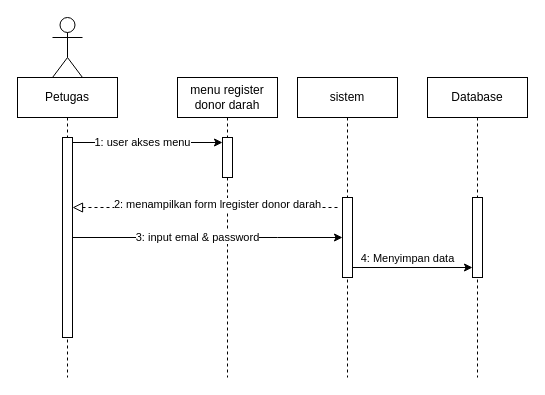
Earlier version of the draw.io diagram page "sequence-register-donor-darah" (3 of 13) of Untitled Diagram.drawio (afdikomayte/UDD-PMI-blood-donation-service). Source tidied: cells renumbered, new cells numbered last; positions are measured from the earlier drawing's top-left corner, leaving out a move shared by most shapes. Both pictures are drawn from the tidied source at 100%, with x=0, y=0 at pixel (17, 17).
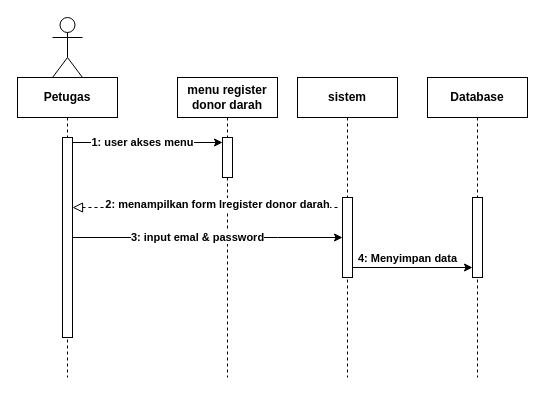
After the change.

The edit, as a diff of the source:
```diff
@@
-    <mxCell id="2" value="menu register donor darah" style="shape=umlLifeline;perimeter=lifelinePerimeter;whiteSpace=wrap;html=1;newEdgeStyle={&quot;edgeStyle&quot;:&quot;elbowEdgeStyle&quot;,&quot;elbow&quot;:&quot;vertical&quot;,&quot;curved&quot;:0,&quot;rounded&quot;:0};" parent="1" vertex="1">
+    <mxCell id="2" value="menu register donor darah" style="shape=umlLifeline;perimeter=lifelinePerimeter;whiteSpace=wrap;html=1;newEdgeStyle={&quot;edgeStyle&quot;:&quot;elbowEdgeStyle&quot;,&quot;elbow&quot;:&quot;vertical&quot;,&quot;curved&quot;:0,&quot;rounded&quot;:0};fontStyle=1;" parent="1" vertex="1">
       <mxGeometry x="160" y="60" width="100" height="300" as="geometry" />
     </mxCell>
-    <mxCell id="3" style="html=1;points=[[0,0,0,0,5],[0,1,0,0,-5],[1,0,0,0,5],[1,1,0,0,-5]];perimeter=orthogonalPerimeter;outlineConnect=0;targetShapes=umlLifeline;portConstraint=eastwest;newEdgeStyle={&quot;curved&quot;:0,&quot;rounded&quot;:0};fillColor=#FFFFFF;strokeColor=#000000;" parent="2" vertex="1">
+    <mxCell id="3" style="html=1;points=[[0,0,0,0,5],[0,1,0,0,-5],[1,0,0,0,5],[1,1,0,0,-5]];perimeter=orthogonalPerimeter;outlineConnect=0;targetShapes=umlLifeline;portConstraint=eastwest;newEdgeStyle={&quot;curved&quot;:0,&quot;rounded&quot;:0};fillColor=#FFFFFF;strokeColor=#000000;fontStyle=1;" parent="2" vertex="1">
       <mxGeometry x="45" y="60" width="10" height="40" as="geometry" />
     </mxCell>
-    <mxCell id="4" value="Petugas" style="shape=umlLifeline;perimeter=lifelinePerimeter;whiteSpace=wrap;html=1;newEdgeStyle={&quot;edgeStyle&quot;:&quot;elbowEdgeStyle&quot;,&quot;elbow&quot;:&quot;vertical&quot;,&quot;curved&quot;:0,&quot;rounded&quot;:0};" parent="1" vertex="1">
+    <mxCell id="4" value="Petugas" style="shape=umlLifeline;perimeter=lifelinePerimeter;whiteSpace=wrap;html=1;newEdgeStyle={&quot;edgeStyle&quot;:&quot;elbowEdgeStyle&quot;,&quot;elbow&quot;:&quot;vertical&quot;,&quot;curved&quot;:0,&quot;rounded&quot;:0};fontStyle=1;" parent="1" vertex="1">
       <mxGeometry y="60" width="100" height="300" as="geometry" />
     </mxCell>
-    <mxCell id="5" style="html=1;points=[[0,0,0,0,5],[0,1,0,0,-5],[1,0,0,0,5],[1,1,0,0,-5]];perimeter=orthogonalPerimeter;outlineConnect=0;targetShapes=umlLifeline;portConstraint=eastwest;newEdgeStyle={&quot;curved&quot;:0,&quot;rounded&quot;:0};" parent="4" vertex="1">
+    <mxCell id="5" style="html=1;points=[[0,0,0,0,5],[0,1,0,0,-5],[1,0,0,0,5],[1,1,0,0,-5]];perimeter=orthogonalPerimeter;outlineConnect=0;targetShapes=umlLifeline;portConstraint=eastwest;newEdgeStyle={&quot;curved&quot;:0,&quot;rounded&quot;:0};fontStyle=1;" parent="4" vertex="1">
       <mxGeometry x="45" y="60" width="10" height="200" as="geometry" />
     </mxCell>
-    <mxCell id="6" value="sistem" style="shape=umlLifeline;perimeter=lifelinePerimeter;whiteSpace=wrap;html=1;newEdgeStyle={&quot;edgeStyle&quot;:&quot;elbowEdgeStyle&quot;,&quot;elbow&quot;:&quot;vertical&quot;,&quot;curved&quot;:0,&quot;rounded&quot;:0};" parent="1" vertex="1">
+    <mxCell id="6" value="sistem" style="shape=umlLifeline;perimeter=lifelinePerimeter;whiteSpace=wrap;html=1;newEdgeStyle={&quot;edgeStyle&quot;:&quot;elbowEdgeStyle&quot;,&quot;elbow&quot;:&quot;vertical&quot;,&quot;curved&quot;:0,&quot;rounded&quot;:0};fontStyle=1;" parent="1" vertex="1">
       <mxGeometry x="280" y="60" width="100" height="300" as="geometry" />
     </mxCell>
-    <mxCell id="7" style="html=1;points=[[0,0,0,0,5],[0,1,0,0,-5],[1,0,0,0,5],[1,1,0,0,-5]];perimeter=orthogonalPerimeter;outlineConnect=0;targetShapes=umlLifeline;portConstraint=eastwest;newEdgeStyle={&quot;curved&quot;:0,&quot;rounded&quot;:0};" parent="6" vertex="1">
+    <mxCell id="7" style="html=1;points=[[0,0,0,0,5],[0,1,0,0,-5],[1,0,0,0,5],[1,1,0,0,-5]];perimeter=orthogonalPerimeter;outlineConnect=0;targetShapes=umlLifeline;portConstraint=eastwest;newEdgeStyle={&quot;curved&quot;:0,&quot;rounded&quot;:0};fontStyle=1;" parent="6" vertex="1">
       <mxGeometry x="45" y="120" width="10" height="80" as="geometry" />
     </mxCell>
-    <mxCell id="8" style="edgeStyle=orthogonalEdgeStyle;rounded=0;jettySize=auto;html=1;curved=0;exitX=1;exitY=0;exitDx=0;exitDy=5;exitPerimeter=0;entryX=0;entryY=0;entryDx=0;entryDy=5;entryPerimeter=0;" parent="1" edge="1" source="5" target="3">
+    <mxCell id="8" style="edgeStyle=orthogonalEdgeStyle;rounded=0;jettySize=auto;html=1;curved=0;exitX=1;exitY=0;exitDx=0;exitDy=5;exitPerimeter=0;entryX=0;entryY=0;entryDx=0;entryDy=5;entryPerimeter=0;fontStyle=1;" parent="1" edge="1" source="5" target="3">
       <mxGeometry relative="1" as="geometry" />
     </mxCell>
-    <mxCell id="9" value="1: user akses menu" style="edgeLabel;html=1;align=center;verticalAlign=middle;" parent="8" vertex="1">
+    <mxCell id="9" value="1: user akses menu" style="edgeLabel;html=1;align=center;verticalAlign=middle;fontStyle=1;" parent="8" vertex="1">
       <mxGeometry x="-0.08" y="1" relative="1" as="geometry" />
     </mxCell>
-    <mxCell id="10" style="endArrow=block;startArrow=none;endFill=0;startFill=0;endSize=8;html=1;verticalAlign=bottom;dashed=1;labelBackgroundColor=none;rounded=0;" parent="1" edge="1" target="5">
+    <mxCell id="10" style="endArrow=block;startArrow=none;endFill=0;startFill=0;endSize=8;html=1;verticalAlign=bottom;dashed=1;labelBackgroundColor=none;rounded=0;fontStyle=1;" parent="1" edge="1" target="5">
       <mxGeometry relative="1" as="geometry">
         <mxPoint x="320" y="190" as="sourcePoint" />
         <Array as="points">
           <mxPoint x="190" y="190" />
         </Array>
       </mxGeometry>
     </mxCell>
-    <mxCell id="11" value="2: menampilkan form lregister donor darah" style="edgeLabel;html=1;align=center;verticalAlign=middle;" parent="10" vertex="1">
+    <mxCell id="11" value="2: menampilkan form lregister donor darah" style="edgeLabel;html=1;align=center;verticalAlign=middle;fontStyle=1;" parent="10" vertex="1">
       <mxGeometry x="0.1" y="-4" relative="1" as="geometry">
         <mxPoint x="25" as="offset" />
       </mxGeometry>
     </mxCell>
-    <mxCell id="12" style="edgeStyle=orthogonalEdgeStyle;rounded=0;jettySize=auto;html=1;curved=0;" parent="1" edge="1" source="5" target="7">
+    <mxCell id="12" style="edgeStyle=orthogonalEdgeStyle;rounded=0;jettySize=auto;html=1;curved=0;fontStyle=1;" parent="1" edge="1" source="5" target="7">
       <mxGeometry relative="1" as="geometry">
         <Array as="points">
           <mxPoint x="260" y="220" />
           <mxPoint x="260" y="220" />
         </Array>
       </mxGeometry>
     </mxCell>
-    <mxCell id="13" value="3: input emal &amp;amp; password" style="edgeLabel;html=1;align=center;verticalAlign=middle;" parent="12" vertex="1">
+    <mxCell id="13" value="3: input emal &amp;amp; password" style="edgeLabel;html=1;align=center;verticalAlign=middle;fontStyle=1;" parent="12" vertex="1">
       <mxGeometry x="-0.08" y="1" relative="1" as="geometry" />
     </mxCell>
-    <mxCell id="14" style="shape=umlActor;verticalLabelPosition=bottom;verticalAlign=top;html=1;" parent="1" vertex="1">
+    <mxCell id="14" style="shape=umlActor;verticalLabelPosition=bottom;verticalAlign=top;html=1;fontStyle=1;" parent="1" vertex="1">
       <mxGeometry x="35" width="30" height="60" as="geometry" />
     </mxCell>
-    <mxCell id="15" value="Database" style="shape=umlLifeline;perimeter=lifelinePerimeter;whiteSpace=wrap;html=1;newEdgeStyle={&quot;edgeStyle&quot;:&quot;elbowEdgeStyle&quot;,&quot;elbow&quot;:&quot;vertical&quot;,&quot;curved&quot;:0,&quot;rounded&quot;:0};" parent="1" vertex="1">
+    <mxCell id="15" value="Database" style="shape=umlLifeline;perimeter=lifelinePerimeter;whiteSpace=wrap;html=1;newEdgeStyle={&quot;edgeStyle&quot;:&quot;elbowEdgeStyle&quot;,&quot;elbow&quot;:&quot;vertical&quot;,&quot;curved&quot;:0,&quot;rounded&quot;:0};fontStyle=1;" parent="1" vertex="1">
       <mxGeometry x="410" y="60" width="100" height="300" as="geometry" />
     </mxCell>
-    <mxCell id="16" style="html=1;perimeter=orthogonalPerimeter;targetShapes=umlLifeline;newEdgeStyle={&quot;curved&quot;:0,&quot;rounded&quot;:0};" parent="15" vertex="1">
+    <mxCell id="16" style="html=1;perimeter=orthogonalPerimeter;targetShapes=umlLifeline;newEdgeStyle={&quot;curved&quot;:0,&quot;rounded&quot;:0};fontStyle=1;" parent="15" vertex="1">
       <mxGeometry x="45" y="120" width="10" height="80" as="geometry" />
     </mxCell>
-    <mxCell id="17" style="edgeStyle=orthogonalEdgeStyle;rounded=0;orthogonalLoop=1;jettySize=auto;html=1;curved=0;" parent="1" edge="1">
+    <mxCell id="17" style="edgeStyle=orthogonalEdgeStyle;rounded=0;orthogonalLoop=1;jettySize=auto;html=1;curved=0;fontStyle=1;" parent="1" edge="1">
       <mxGeometry relative="1" as="geometry">
         <mxPoint x="335" y="250" as="sourcePoint" />
         <mxPoint x="455" y="250" as="targetPoint" />
       </mxGeometry>
     </mxCell>
-    <mxCell id="18" value="4: Menyimpan data" style="edgeLabel;html=1;align=center;verticalAlign=middle;" parent="17" vertex="1">
+    <mxCell id="18" value="4: Menyimpan data" style="edgeLabel;html=1;align=center;verticalAlign=middle;fontStyle=1;" parent="17" vertex="1">
       <mxGeometry x="-0.36" y="-1" relative="1" as="geometry">
         <mxPoint x="16" y="-11" as="offset" />
       </mxGeometry>
     </mxCell>
```
